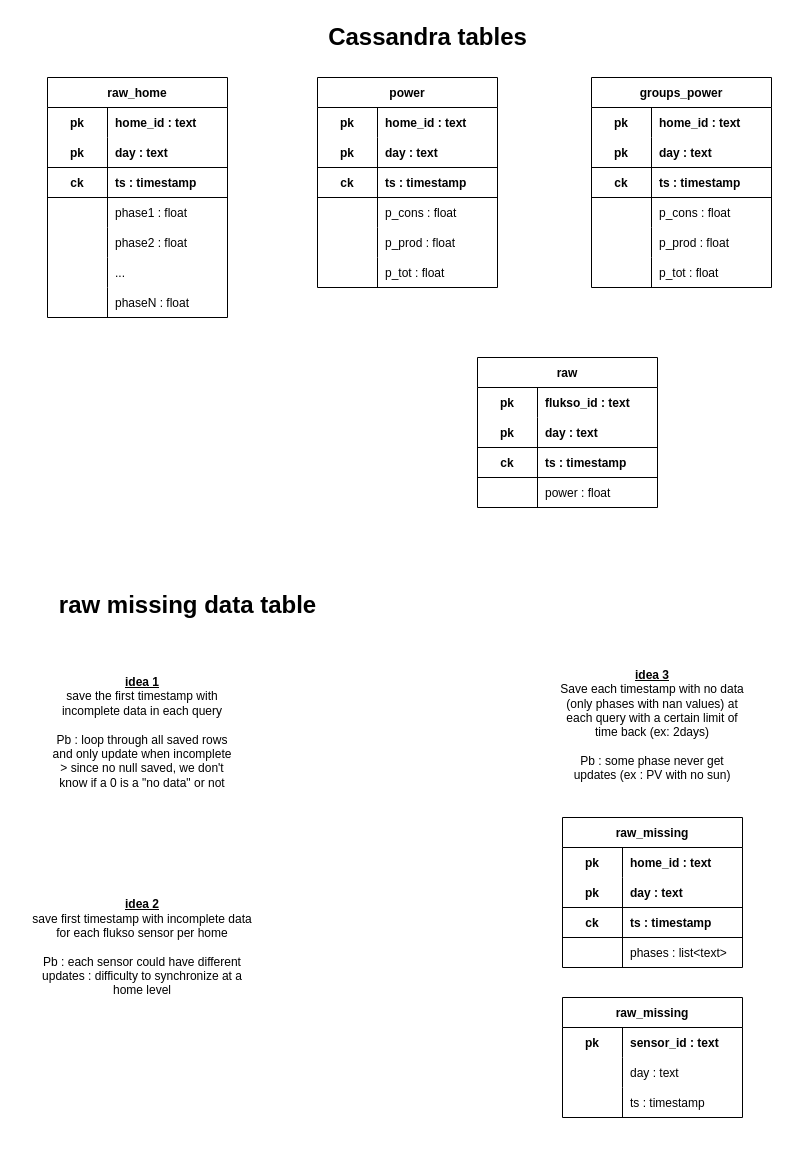
Before: page "cassandra tables" (1 of 10) of documentation/documentation_diagrams.drawio in AlexandreHnf/Voisin-d-energie-ULB, a draw.io diagram. Source tidied: cells renumbered, new cells numbered last; positions are measured from the earlier drawing's top-left corner, leaving out a move shared by most shapes. Both pictures are drawn from the tidied source at 100%, with x=0, y=0 at pixel (17, 17).
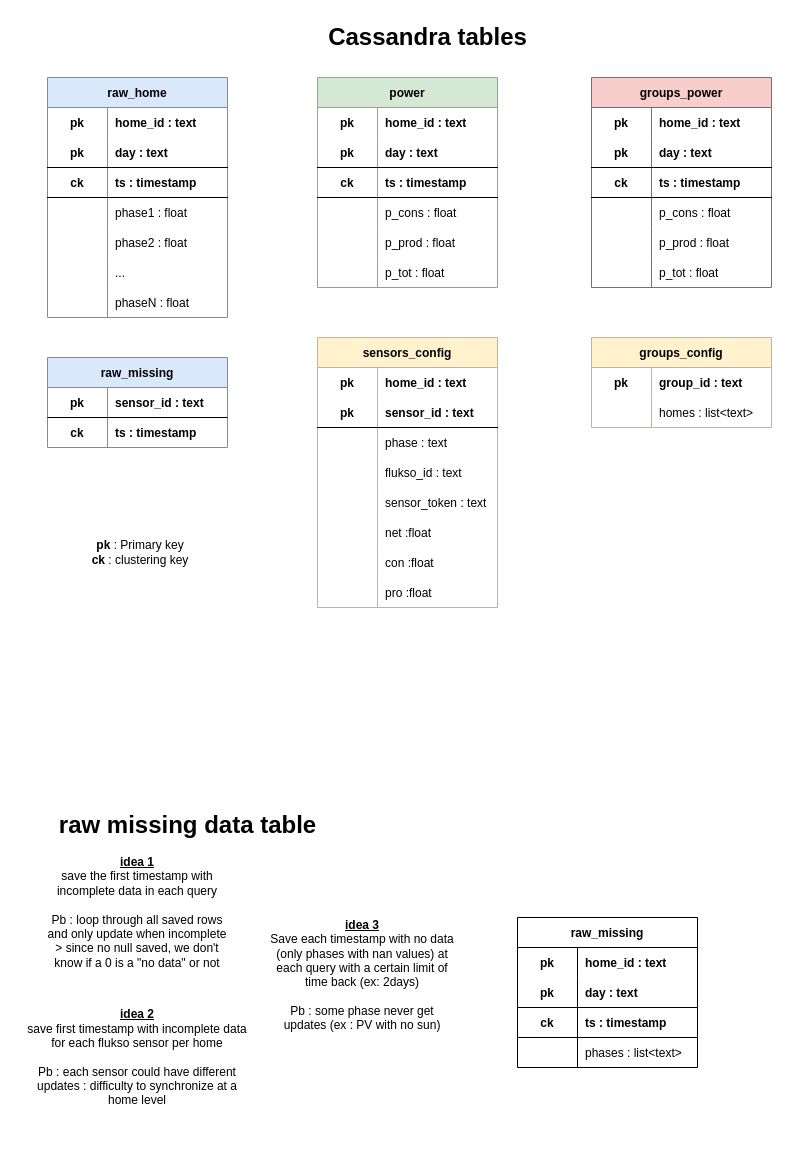
After the change.

Commit message (it also covers changes not shown here):
doc : update cassandra tables + backend computations using sensors_config from cassandra

Change to the diagram source:
```diff
@@
-    <mxCell id="2" value="raw_home" style="shape=table;startSize=30;childLayout=tableLayout;rowLines=0;fontStyle=1;align=center;" parent="1" vertex="1">
+    <mxCell id="2" value="raw_home" style="shape=table;startSize=30;childLayout=tableLayout;rowLines=0;fontStyle=1;align=center;fillColor=#dae8fc;strokeColor=#6c8ebf;" parent="1" vertex="1">
       <mxGeometry x="30" y="60" width="180" height="240" as="geometry" />
     </mxCell>
@@
-    <mxCell id="24" value="power" style="shape=table;startSize=30;childLayout=tableLayout;rowLines=0;fontStyle=1;align=center;" parent="1" vertex="1">
+    <mxCell id="24" value="power" style="shape=table;startSize=30;childLayout=tableLayout;rowLines=0;fontStyle=1;align=center;fillColor=#d5e8d4;strokeColor=#82b366;" parent="1" vertex="1">
       <mxGeometry x="300" y="60" width="180" height="210" as="geometry" />
     </mxCell>
@@
-    <mxCell id="43" value="groups_power" style="shape=table;startSize=30;childLayout=tableLayout;rowLines=0;fontStyle=1;align=center;" parent="1" vertex="1">
+    <mxCell id="43" value="groups_power" style="shape=table;startSize=30;childLayout=tableLayout;rowLines=0;fontStyle=1;align=center;fillColor=#f8cecc;strokeColor=#b85450;" parent="1" vertex="1">
       <mxGeometry x="574" y="60" width="180" height="210" as="geometry" />
     </mxCell>
@@
     <mxCell id="63" value="raw_missing" style="shape=table;startSize=30;childLayout=tableLayout;rowLines=0;fontStyle=1;align=center;" parent="1" vertex="1">
-      <mxGeometry x="545" y="800" width="180" height="150" as="geometry" />
+      <mxGeometry x="500" y="900" width="180" height="150" as="geometry" />
     </mxCell>
@@
     <mxCell id="76" value="raw missing data table" style="text;strokeColor=none;fillColor=none;html=1;fontSize=24;fontStyle=1;verticalAlign=middle;align=center;" parent="1" vertex="1">
-      <mxGeometry y="570" width="340" height="35" as="geometry" />
+      <mxGeometry y="790" width="340" height="35" as="geometry" />
     </mxCell>
     <mxCell id="77" value="&lt;u&gt;&lt;b&gt;idea 3&lt;/b&gt;&lt;/u&gt;&lt;br&gt;&lt;div&gt;Save each timestamp with no data (only phases with nan values) at each query with a certain limit of time back (ex: 2days)&lt;br&gt;&lt;/div&gt;&lt;div&gt;&lt;br&gt;&lt;/div&gt;&lt;div&gt;Pb : some phase never get updates (ex : PV with no sun)&lt;br&gt;&lt;/div&gt;&amp;nbsp;" style="text;html=1;strokeColor=none;fillColor=none;align=center;verticalAlign=middle;whiteSpace=wrap;rounded=0;" parent="1" vertex="1">
-      <mxGeometry x="540" y="660" width="190" height="110" as="geometry" />
+      <mxGeometry x="250" y="910" width="190" height="110" as="geometry" />
     </mxCell>
     <mxCell id="78" value="&lt;div&gt;&lt;u&gt;&lt;b&gt;idea 1&lt;/b&gt; &lt;/u&gt;&lt;br&gt;&lt;/div&gt;&lt;div&gt;save the first timestamp with incomplete data in each query&lt;/div&gt;&lt;div&gt;&lt;br&gt;&lt;/div&gt;&lt;div&gt;Pb : loop through all saved rows and only update when incomplete &amp;gt; since no null saved, we don't know if a 0 is a &quot;no data&quot; or not&lt;br&gt;&lt;/div&gt;" style="text;html=1;strokeColor=none;fillColor=none;align=center;verticalAlign=middle;whiteSpace=wrap;rounded=0;" parent="1" vertex="1">
-      <mxGeometry x="30" y="620" width="190" height="190" as="geometry" />
+      <mxGeometry x="25" y="800" width="190" height="190" as="geometry" />
     </mxCell>
     <mxCell id="79" value="&lt;div&gt;&lt;u&gt;&lt;b&gt;idea 2&lt;/b&gt;&lt;/u&gt;&lt;br&gt;&lt;/div&gt;&lt;div&gt;save first timestamp with incomplete data for each flukso sensor per home&lt;/div&gt;&lt;div&gt;&lt;br&gt;&lt;/div&gt;&lt;div&gt;Pb : each sensor could have different updates : difficulty to synchronize at a home level&lt;br&gt;&lt;/div&gt;" style="text;html=1;strokeColor=none;fillColor=none;align=center;verticalAlign=middle;whiteSpace=wrap;rounded=0;" parent="1" vertex="1">
-      <mxGeometry x="10" y="840" width="230" height="180" as="geometry" />
+      <mxGeometry x="5" y="950" width="230" height="180" as="geometry" />
     </mxCell>
-    <mxCell id="80" value="raw" style="shape=table;startSize=30;childLayout=tableLayout;rowLines=0;fontStyle=1;align=center;" parent="1" vertex="1">
-      <mxGeometry x="460" y="340" width="180" height="150" as="geometry" />
-    </mxCell>
-    <mxCell id="81" style="shape=tableRow;horizontal=0;startSize=0;swimlaneHead=0;swimlaneBody=0;fillColor=none;top=0;left=0;right=0;bottom=0;" parent="80" vertex="1">
-      <mxGeometry y="30" width="180" height="30" as="geometry" />
-    </mxCell>
-    <mxCell id="82" value="pk" style="shape=partialRectangle;fillColor=none;top=0;left=0;bottom=0;right=0;fontStyle=1;overflow=hidden;" parent="81" vertex="1">
-      <mxGeometry width="60" height="30" as="geometry" />
-    </mxCell>
-    <mxCell id="83" value="flukso_id : text" style="shape=partialRectangle;fillColor=none;top=0;left=0;bottom=0;right=0;align=left;spacingLeft=6;fontStyle=1;overflow=hidden;" parent="81" vertex="1">
-      <mxGeometry x="60" width="120" height="30" as="geometry" />
-    </mxCell>
-    <mxCell id="84" style="shape=tableRow;horizontal=0;startSize=0;swimlaneHead=0;swimlaneBody=0;fillColor=none;top=0;left=0;right=0;bottom=1;" parent="80" vertex="1">
-      <mxGeometry y="60" width="180" height="30" as="geometry" />
-    </mxCell>
-    <mxCell id="85" value="pk" style="shape=partialRectangle;fillColor=none;top=0;left=0;bottom=0;right=0;fontStyle=1;overflow=hidden;" parent="84" vertex="1">
-      <mxGeometry width="60" height="30" as="geometry" />
-    </mxCell>
-    <mxCell id="86" value="day : text" style="shape=partialRectangle;fillColor=none;top=0;left=0;bottom=0;right=0;align=left;spacingLeft=6;fontStyle=1;overflow=hidden;" parent="84" vertex="1">
-      <mxGeometry x="60" width="120" height="30" as="geometry" />
-    </mxCell>
-    <mxCell id="87" style="shape=tableRow;horizontal=0;startSize=0;swimlaneHead=0;swimlaneBody=0;fillColor=none;top=0;left=0;right=0;bottom=1;" parent="80" vertex="1">
-      <mxGeometry y="90" width="180" height="30" as="geometry" />
-    </mxCell>
-    <mxCell id="88" value="ck" style="shape=partialRectangle;fillColor=none;top=0;left=0;bottom=0;right=0;fontStyle=1;overflow=hidden;" parent="87" vertex="1">
-      <mxGeometry width="60" height="30" as="geometry" />
-    </mxCell>
-    <mxCell id="89" value="ts : timestamp" style="shape=partialRectangle;fillColor=none;top=0;left=0;bottom=0;right=0;align=left;spacingLeft=6;fontStyle=1;overflow=hidden;" parent="87" vertex="1">
-      <mxGeometry x="60" width="120" height="30" as="geometry" />
-    </mxCell>
-    <mxCell id="90" style="shape=tableRow;horizontal=0;startSize=0;swimlaneHead=0;swimlaneBody=0;fillColor=none;top=0;left=0;right=0;bottom=0;" parent="80" vertex="1">
-      <mxGeometry y="120" width="180" height="30" as="geometry" />
-    </mxCell>
-    <mxCell id="91" style="shape=partialRectangle;fillColor=none;top=0;left=0;bottom=0;right=0;overflow=hidden;" parent="90" vertex="1">
-      <mxGeometry width="60" height="30" as="geometry" />
-    </mxCell>
-    <mxCell id="92" value="power : float" style="shape=partialRectangle;fillColor=none;top=0;left=0;bottom=0;right=0;align=left;spacingLeft=6;overflow=hidden;" parent="90" vertex="1">
-      <mxGeometry x="60" width="120" height="30" as="geometry" />
-    </mxCell>
-    <mxCell id="93" value="raw_missing" style="shape=table;startSize=30;childLayout=tableLayout;rowLines=0;fontStyle=1;align=center;" parent="1" vertex="1">
-      <mxGeometry x="545" y="980" width="180" height="120" as="geometry" />
+    <mxCell id="93" value="raw_missing" style="shape=table;startSize=30;childLayout=tableLayout;rowLines=0;fontStyle=1;align=center;fillColor=#dae8fc;strokeColor=#6c8ebf;" parent="1" vertex="1">
+      <mxGeometry x="30" y="340" width="180" height="90" as="geometry" />
     </mxCell>
@@
-    <mxCell id="97" style="shape=tableRow;horizontal=0;startSize=0;swimlaneHead=0;swimlaneBody=0;fillColor=none;top=0;left=0;right=0;bottom=0;" parent="93" vertex="1">
-      <mxGeometry y="60" width="180" height="30" as="geometry" />
-    </mxCell>
-    <mxCell id="98" style="shape=partialRectangle;fillColor=none;top=0;left=0;bottom=0;right=0;overflow=hidden;" parent="97" vertex="1">
-      <mxGeometry width="60" height="30" as="geometry" />
-    </mxCell>
-    <mxCell id="99" value="day : text" style="shape=partialRectangle;fillColor=none;top=0;left=0;bottom=0;right=0;align=left;spacingLeft=6;overflow=hidden;" parent="97" vertex="1">
-      <mxGeometry x="60" width="120" height="30" as="geometry" />
-    </mxCell>
     <mxCell id="100" style="shape=tableRow;horizontal=0;startSize=0;swimlaneHead=0;swimlaneBody=0;fillColor=none;top=0;left=0;right=0;bottom=0;" parent="93" vertex="1">
-      <mxGeometry y="90" width="180" height="30" as="geometry" />
+      <mxGeometry y="60" width="180" height="30" as="geometry" />
     </mxCell>
-    <mxCell id="101" style="shape=partialRectangle;fillColor=none;top=0;left=0;bottom=0;right=0;overflow=hidden;" parent="100" vertex="1">
+    <mxCell id="101" value="ck" style="shape=partialRectangle;fillColor=none;top=0;left=0;bottom=0;right=0;overflow=hidden;fontStyle=1;" parent="100" vertex="1">
       <mxGeometry width="60" height="30" as="geometry" />
     </mxCell>
-    <mxCell id="102" value="ts : timestamp" style="shape=partialRectangle;fillColor=none;top=0;left=0;bottom=0;right=0;align=left;spacingLeft=6;overflow=hidden;" parent="100" vertex="1">
+    <mxCell id="102" value="ts : timestamp" style="shape=partialRectangle;fillColor=none;top=0;left=0;bottom=0;right=0;align=left;spacingLeft=6;overflow=hidden;fontStyle=1;" parent="100" vertex="1">
       <mxGeometry x="60" width="120" height="30" as="geometry" />
     </mxCell>
+    <mxCell id="103" value="sensors_config" style="shape=table;startSize=30;childLayout=tableLayout;rowLines=0;fontStyle=1;align=center;fillColor=#fff2cc;strokeColor=#d6b656;" parent="1" vertex="1">
+      <mxGeometry x="300" y="320" width="180" height="270" as="geometry" />
+    </mxCell>
+    <mxCell id="104" style="shape=tableRow;horizontal=0;startSize=0;swimlaneHead=0;swimlaneBody=0;fillColor=none;top=0;left=0;right=0;bottom=0;" parent="103" vertex="1">
+      <mxGeometry y="30" width="180" height="30" as="geometry" />
+    </mxCell>
+    <mxCell id="105" value="pk" style="shape=partialRectangle;fillColor=none;top=0;left=0;bottom=0;right=0;fontStyle=1;overflow=hidden;" parent="104" vertex="1">
+      <mxGeometry width="60" height="30" as="geometry" />
+    </mxCell>
+    <mxCell id="106" value="home_id : text" style="shape=partialRectangle;fillColor=none;top=0;left=0;bottom=0;right=0;align=left;spacingLeft=6;fontStyle=1;overflow=hidden;" parent="104" vertex="1">
+      <mxGeometry x="60" width="120" height="30" as="geometry" />
+    </mxCell>
+    <mxCell id="84" style="shape=tableRow;horizontal=0;startSize=0;swimlaneHead=0;swimlaneBody=0;fillColor=none;top=0;left=0;right=0;bottom=1;" parent="103" vertex="1">
+      <mxGeometry y="60" width="180" height="30" as="geometry" />
+    </mxCell>
+    <mxCell id="107" value="pk" style="shape=partialRectangle;fillColor=none;top=0;left=0;bottom=0;right=0;fontStyle=1;overflow=hidden;" parent="84" vertex="1">
+      <mxGeometry width="60" height="30" as="geometry" />
+    </mxCell>
+    <mxCell id="108" value="sensor_id : text" style="shape=partialRectangle;fillColor=none;top=0;left=0;bottom=0;right=0;align=left;spacingLeft=6;fontStyle=1;overflow=hidden;" parent="84" vertex="1">
+      <mxGeometry x="60" width="120" height="30" as="geometry" />
+    </mxCell>
+    <mxCell id="109" style="shape=tableRow;horizontal=0;startSize=0;swimlaneHead=0;swimlaneBody=0;fillColor=none;top=0;left=0;right=0;bottom=0;" parent="103" vertex="1">
+      <mxGeometry y="90" width="180" height="30" as="geometry" />
+    </mxCell>
+    <mxCell id="110" style="shape=partialRectangle;fillColor=none;top=0;left=0;bottom=0;right=0;overflow=hidden;" parent="109" vertex="1">
+      <mxGeometry width="60" height="30" as="geometry" />
+    </mxCell>
+    <mxCell id="111" value="phase : text" style="shape=partialRectangle;fillColor=none;top=0;left=0;bottom=0;right=0;align=left;spacingLeft=6;overflow=hidden;" parent="109" vertex="1">
+      <mxGeometry x="60" width="120" height="30" as="geometry" />
+    </mxCell>
+    <mxCell id="90" style="shape=tableRow;horizontal=0;startSize=0;swimlaneHead=0;swimlaneBody=0;fillColor=none;top=0;left=0;right=0;bottom=0;" parent="103" vertex="1">
+      <mxGeometry y="120" width="180" height="30" as="geometry" />
+    </mxCell>
+    <mxCell id="112" style="shape=partialRectangle;fillColor=none;top=0;left=0;bottom=0;right=0;overflow=hidden;" parent="90" vertex="1">
+      <mxGeometry width="60" height="30" as="geometry" />
+    </mxCell>
+    <mxCell id="83" value="flukso_id : text" style="shape=partialRectangle;fillColor=none;top=0;left=0;bottom=0;right=0;align=left;spacingLeft=6;overflow=hidden;" parent="90" vertex="1">
+      <mxGeometry x="60" width="120" height="30" as="geometry" />
+    </mxCell>
+    <mxCell id="113" style="shape=tableRow;horizontal=0;startSize=0;swimlaneHead=0;swimlaneBody=0;fillColor=none;top=0;left=0;right=0;bottom=0;" parent="103" vertex="1">
+      <mxGeometry y="150" width="180" height="30" as="geometry" />
+    </mxCell>
+    <mxCell id="114" style="shape=partialRectangle;fillColor=none;top=0;left=0;bottom=0;right=0;overflow=hidden;" parent="113" vertex="1">
+      <mxGeometry width="60" height="30" as="geometry" />
+    </mxCell>
+    <mxCell id="115" value="sensor_token : text" style="shape=partialRectangle;fillColor=none;top=0;left=0;bottom=0;right=0;align=left;spacingLeft=6;overflow=hidden;" parent="113" vertex="1">
+      <mxGeometry x="60" width="120" height="30" as="geometry" />
+    </mxCell>
+    <mxCell id="116" style="shape=tableRow;horizontal=0;startSize=0;swimlaneHead=0;swimlaneBody=0;fillColor=none;top=0;left=0;right=0;bottom=0;" parent="103" vertex="1">
+      <mxGeometry y="180" width="180" height="30" as="geometry" />
+    </mxCell>
+    <mxCell id="117" style="shape=partialRectangle;fillColor=none;top=0;left=0;bottom=0;right=0;overflow=hidden;" parent="116" vertex="1">
+      <mxGeometry width="60" height="30" as="geometry" />
+    </mxCell>
+    <mxCell id="118" value="net :float" style="shape=partialRectangle;fillColor=none;top=0;left=0;bottom=0;right=0;align=left;spacingLeft=6;overflow=hidden;" parent="116" vertex="1">
+      <mxGeometry x="60" width="120" height="30" as="geometry" />
+    </mxCell>
+    <mxCell id="119" style="shape=tableRow;horizontal=0;startSize=0;swimlaneHead=0;swimlaneBody=0;fillColor=none;top=0;left=0;right=0;bottom=0;" parent="103" vertex="1">
+      <mxGeometry y="210" width="180" height="30" as="geometry" />
+    </mxCell>
+    <mxCell id="120" style="shape=partialRectangle;fillColor=none;top=0;left=0;bottom=0;right=0;overflow=hidden;" parent="119" vertex="1">
+      <mxGeometry width="60" height="30" as="geometry" />
+    </mxCell>
+    <mxCell id="121" value="con :float" style="shape=partialRectangle;fillColor=none;top=0;left=0;bottom=0;right=0;align=left;spacingLeft=6;overflow=hidden;" parent="119" vertex="1">
+      <mxGeometry x="60" width="120" height="30" as="geometry" />
+    </mxCell>
+    <mxCell id="122" style="shape=tableRow;horizontal=0;startSize=0;swimlaneHead=0;swimlaneBody=0;fillColor=none;top=0;left=0;right=0;bottom=0;" parent="103" vertex="1">
+      <mxGeometry y="240" width="180" height="30" as="geometry" />
+    </mxCell>
+    <mxCell id="123" style="shape=partialRectangle;fillColor=none;top=0;left=0;bottom=0;right=0;overflow=hidden;" parent="122" vertex="1">
+      <mxGeometry width="60" height="30" as="geometry" />
+    </mxCell>
+    <mxCell id="124" value="pro :float" style="shape=partialRectangle;fillColor=none;top=0;left=0;bottom=0;right=0;align=left;spacingLeft=6;overflow=hidden;" parent="122" vertex="1">
+      <mxGeometry x="60" width="120" height="30" as="geometry" />
+    </mxCell>
+    <mxCell id="125" value="groups_config" style="shape=table;startSize=30;childLayout=tableLayout;rowLines=0;fontStyle=1;align=center;fillColor=#fff2cc;strokeColor=#d6b656;" parent="1" vertex="1">
+      <mxGeometry x="574" y="320" width="180" height="90" as="geometry" />
+    </mxCell>
+    <mxCell id="126" style="shape=tableRow;horizontal=0;startSize=0;swimlaneHead=0;swimlaneBody=0;fillColor=none;top=0;left=0;right=0;bottom=0;" parent="125" vertex="1">
+      <mxGeometry y="30" width="180" height="30" as="geometry" />
+    </mxCell>
+    <mxCell id="127" value="pk" style="shape=partialRectangle;fillColor=none;top=0;left=0;bottom=0;right=0;fontStyle=1;overflow=hidden;" parent="126" vertex="1">
+      <mxGeometry width="60" height="30" as="geometry" />
+    </mxCell>
+    <mxCell id="128" value="group_id : text" style="shape=partialRectangle;fillColor=none;top=0;left=0;bottom=0;right=0;align=left;spacingLeft=6;fontStyle=1;overflow=hidden;" parent="126" vertex="1">
+      <mxGeometry x="60" width="120" height="30" as="geometry" />
+    </mxCell>
+    <mxCell id="129" style="shape=tableRow;horizontal=0;startSize=0;swimlaneHead=0;swimlaneBody=0;fillColor=none;top=0;left=0;right=0;bottom=0;strokeWidth=1;perimeterSpacing=0;" parent="125" vertex="1">
+      <mxGeometry y="60" width="180" height="30" as="geometry" />
+    </mxCell>
+    <mxCell id="130" style="shape=partialRectangle;fillColor=none;top=0;left=0;bottom=0;right=0;overflow=hidden;" parent="129" vertex="1">
+      <mxGeometry width="60" height="30" as="geometry" />
+    </mxCell>
+    <mxCell id="131" value="homes : list&lt;text&gt;" style="shape=partialRectangle;fillColor=none;top=0;left=0;bottom=0;right=0;align=left;spacingLeft=6;overflow=hidden;" parent="129" vertex="1">
+      <mxGeometry x="60" width="120" height="30" as="geometry" />
+    </mxCell>
+    <mxCell id="132" style="endArrow=none;html=1;rounded=0;" parent="1" edge="1">
+      <mxGeometry relative="1" as="geometry">
+        <mxPoint x="30" y="400" as="sourcePoint" />
+        <mxPoint x="210" y="400" as="targetPoint" />
+      </mxGeometry>
+    </mxCell>
+    <mxCell id="133" value="&lt;div&gt;&lt;b&gt;pk&lt;/b&gt; : Primary key&lt;/div&gt;&lt;div&gt;&lt;b&gt;ck &lt;/b&gt;: clustering key&lt;br&gt;&lt;/div&gt;" style="text;html=1;strokeColor=none;fillColor=none;align=center;verticalAlign=middle;whiteSpace=wrap;rounded=0;" parent="1" vertex="1">
+      <mxGeometry x="60" y="505" width="126" height="60" as="geometry" />
+    </mxCell>
```
